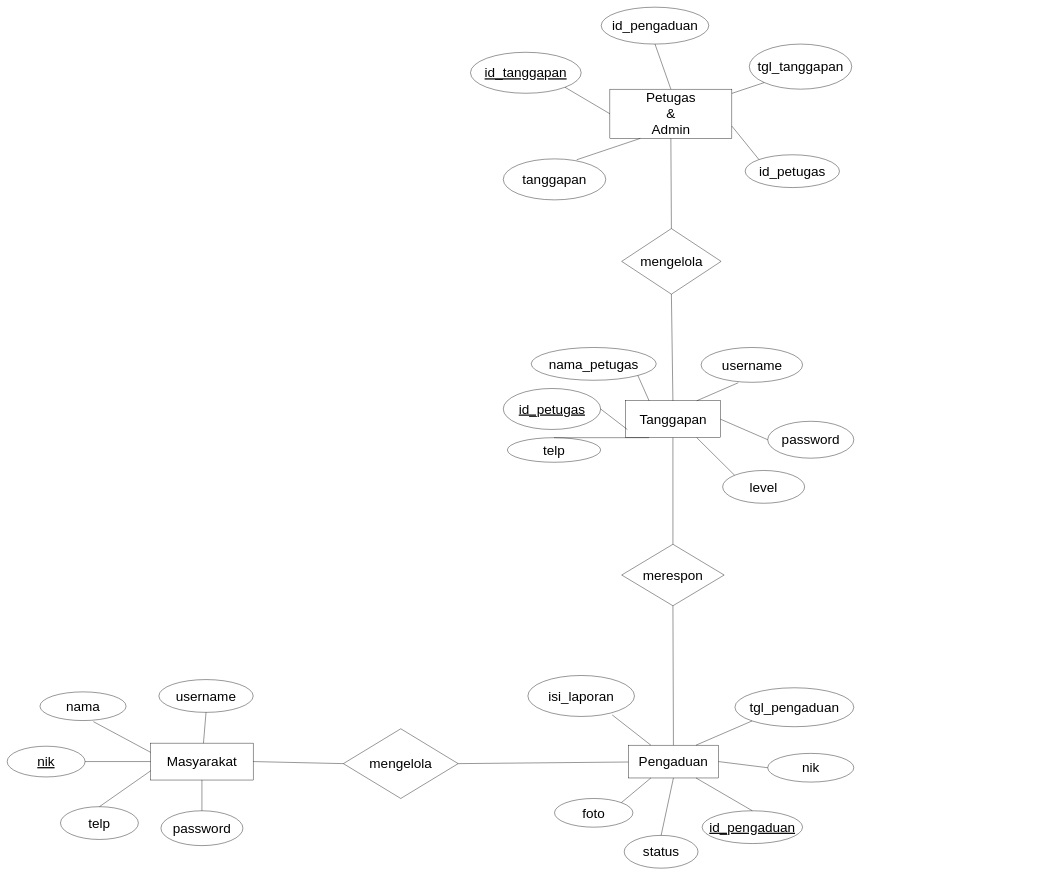
This is page "ERD" (1 of 2) of additionals/erd-flowchart-pengaduan-masyarakat.drawio from 2Kikyy/RizkyPengaduanMasyarakat, a draw.io file, before an edit. Source tidied: cells renumbered, new cells numbered last; positions are measured from the earlier drawing's top-left corner, leaving out a move shared by most shapes. Both pictures are drawn from the tidied source at 41%, with x=0, y=0 at pixel (7, 7).
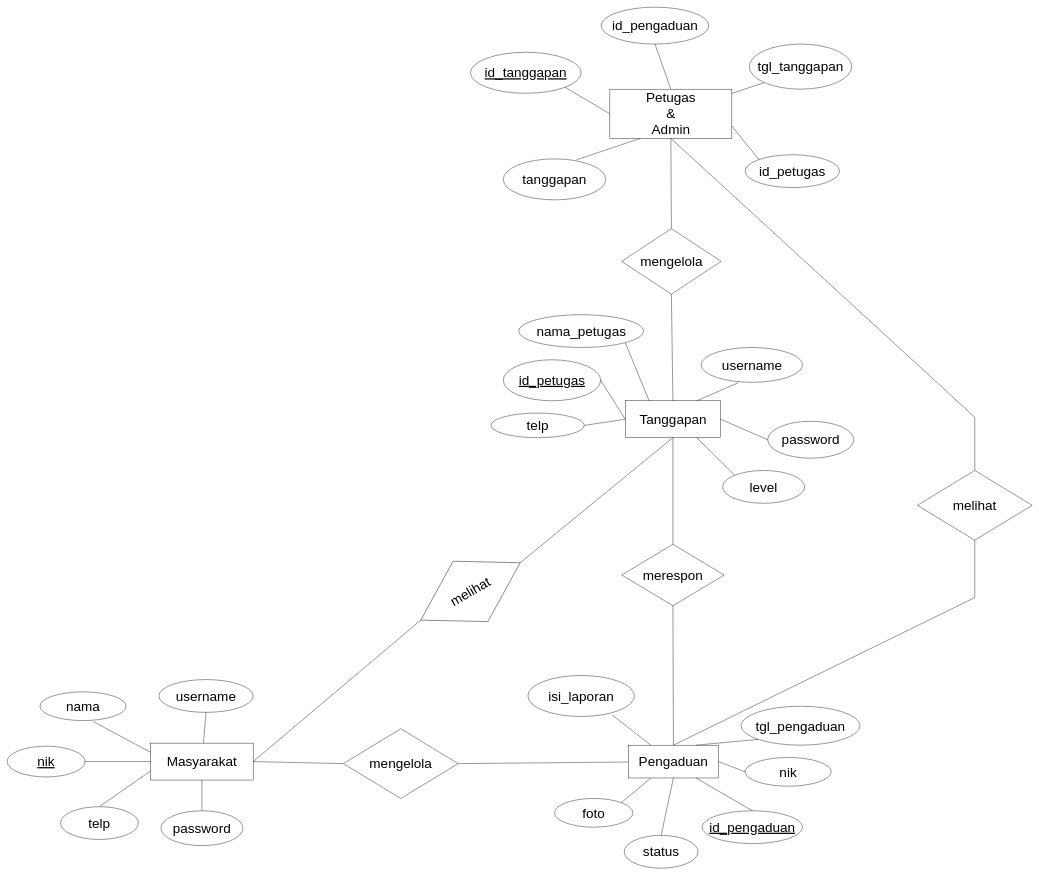
The same diagram, later.

Unchanged cells that the change refers to:
```xml
<mxCell id="2" value="Masyarakat" style="rounded=0;whiteSpace=wrap;html=1;fontSize=33;" parent="1" vertex="1">
  <mxGeometry x="350" y="1795" width="250" height="90" as="geometry" />
</mxCell>
<mxCell id="3" value="Pengaduan" style="rounded=0;whiteSpace=wrap;html=1;fontSize=33;" parent="1" vertex="1">
  <mxGeometry x="1515" y="1800" width="220" height="80" as="geometry" />
</mxCell>
<mxCell id="4" value="Tanggapan" style="rounded=0;whiteSpace=wrap;html=1;fontSize=33;" parent="1" vertex="1">
  <mxGeometry x="1507.5" y="960" width="232.5" height="90" as="geometry" />
</mxCell>
<mxCell id="5" value="Petugas&lt;br style=&quot;font-size: 33px;&quot;&gt;&amp;amp;&lt;br style=&quot;font-size: 33px;&quot;&gt;Admin" style="rounded=0;whiteSpace=wrap;html=1;fontSize=33;" parent="1" vertex="1">
  <mxGeometry x="1470" y="200" width="297.5" height="120" as="geometry" />
</mxCell>
```

Diff of the diagram source:
```diff
@@
     <mxCell id="12" value="tgl_pengaduan" style="ellipse;whiteSpace=wrap;html=1;fontSize=33;" parent="1" vertex="1">
-      <mxGeometry x="1775" y="1660" width="290" height="95" as="geometry" />
+      <mxGeometry x="1790" y="1705" width="290" height="95" as="geometry" />
     </mxCell>
     <mxCell id="13" value="nik" style="ellipse;whiteSpace=wrap;html=1;fontSize=33;" parent="1" vertex="1">
-      <mxGeometry x="1855" y="1820" width="210" height="70" as="geometry" />
+      <mxGeometry x="1800" y="1830" width="210" height="70" as="geometry" />
     </mxCell>
@@
     <mxCell id="17" value="&lt;u style=&quot;font-size: 33px;&quot;&gt;id_petugas&lt;/u&gt;" style="ellipse;whiteSpace=wrap;html=1;fontSize=33;" parent="1" vertex="1">
-      <mxGeometry x="1210" y="930" width="237.5" height="100" as="geometry" />
+      <mxGeometry x="1210" y="860" width="237.5" height="100" as="geometry" />
     </mxCell>
     <mxCell id="18" value="nama_petugas" style="ellipse;whiteSpace=wrap;html=1;fontSize=33;" parent="1" vertex="1">
-      <mxGeometry x="1278.1" y="830" width="305" height="80" as="geometry" />
+      <mxGeometry x="1247.5" y="750" width="305" height="80" as="geometry" />
     </mxCell>
@@
     <mxCell id="20" value="telp" style="ellipse;whiteSpace=wrap;html=1;fontSize=33;" parent="1" vertex="1">
-      <mxGeometry x="1220" y="1050" width="227.5" height="60" as="geometry" />
+      <mxGeometry x="1180" y="990" width="227.5" height="60" as="geometry" />
     </mxCell>
@@
-    <mxCell id="52" style="endArrow=none;html=1;rounded=0;fontSize=33;exitX=1;exitY=0.5;exitDx=0;exitDy=0;" parent="1" edge="1" source="17">
-      <mxGeometry relative="1" as="geometry">
-        <mxPoint x="1512.5" y="1030" as="targetPoint" />
-      </mxGeometry>
+    <mxCell id="52" style="endArrow=none;html=1;rounded=0;fontSize=33;exitX=1;exitY=0.5;exitDx=0;exitDy=0;entryX=0;entryY=0.5;entryDx=0;entryDy=0;" parent="1" edge="1" source="17" target="4">
+      <mxGeometry relative="1" as="geometry" />
     </mxCell>
-    <mxCell id="53" style="endArrow=none;html=1;rounded=0;fontSize=33;exitX=0.5;exitY=0;exitDx=0;exitDy=0;entryX=0.25;entryY=1;entryDx=0;entryDy=0;" parent="1" edge="1" source="20" target="4">
+    <mxCell id="53" style="endArrow=none;html=1;rounded=0;fontSize=33;exitX=1;exitY=0.5;exitDx=0;exitDy=0;entryX=0;entryY=0.5;entryDx=0;entryDy=0;" parent="1" edge="1" source="20" target="4">
       <mxGeometry relative="1" as="geometry" />
     </mxCell>
@@
+    <mxCell id="59" value="melihat" style="rhombus;whiteSpace=wrap;html=1;fontSize=33;rotation=-30;" parent="1" vertex="1">
+      <mxGeometry x="990" y="1340" width="280" height="170" as="geometry" />
+    </mxCell>
+    <mxCell id="60" style="endArrow=none;html=1;rounded=0;fontSize=33;entryX=0;entryY=0.5;entryDx=0;entryDy=0;exitX=1;exitY=0.5;exitDx=0;exitDy=0;" parent="1" edge="1" source="2" target="59">
+      <mxGeometry relative="1" as="geometry" />
+    </mxCell>
+    <mxCell id="61" style="endArrow=none;html=1;rounded=0;fontSize=33;entryX=1;entryY=0.5;entryDx=0;entryDy=0;exitX=0.5;exitY=1;exitDx=0;exitDy=0;" parent="1" edge="1" source="4" target="59">
+      <mxGeometry relative="1" as="geometry" />
+    </mxCell>
+    <mxCell id="62" value="melihat" style="rhombus;whiteSpace=wrap;html=1;fontSize=33;rotation=0;" parent="1" vertex="1">
+      <mxGeometry x="2220" y="1130" width="280" height="170" as="geometry" />
+    </mxCell>
+    <mxCell id="63" style="endArrow=none;html=1;rounded=0;fontSize=33;entryX=0.5;entryY=0;entryDx=0;entryDy=0;exitX=0.5;exitY=1;exitDx=0;exitDy=0;" parent="1" edge="1" source="62" target="3">
+      <mxGeometry relative="1" as="geometry">
+        <Array as="points">
+          <mxPoint x="2360" y="1440" />
+        </Array>
+      </mxGeometry>
+    </mxCell>
+    <mxCell id="64" style="endArrow=none;html=1;rounded=0;fontSize=33;entryX=0.5;entryY=1;entryDx=0;entryDy=0;exitX=0.5;exitY=0;exitDx=0;exitDy=0;" parent="1" edge="1" source="62" target="5">
+      <mxGeometry relative="1" as="geometry">
+        <Array as="points">
+          <mxPoint x="2360" y="1000" />
+        </Array>
+      </mxGeometry>
+    </mxCell>
```
